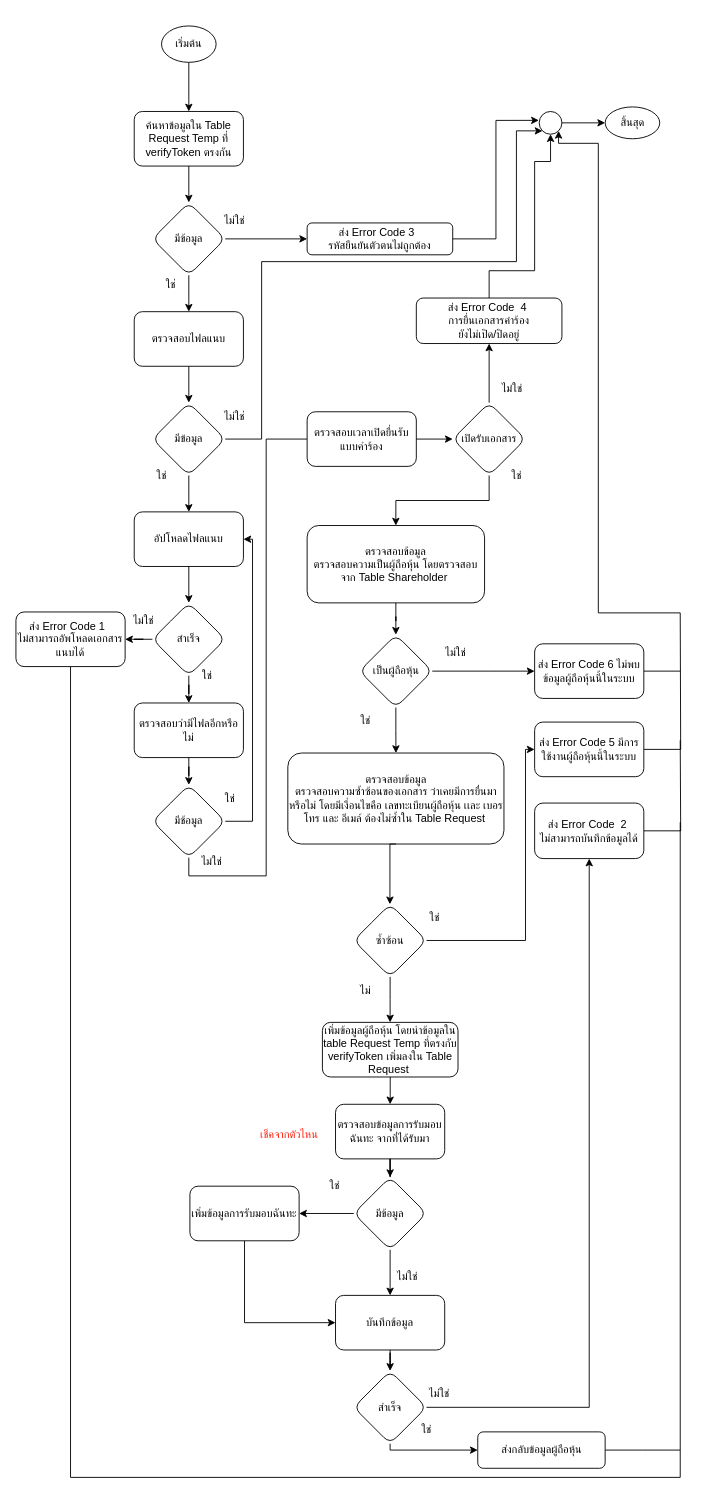
Above: page "หน้า-1" (1 of 2) of CreateRequestForm.drawio in charifrodmanee/charifrodmanee (draw.io), before the change. Source tidied: cells renumbered, new cells numbered last; positions are measured from the earlier drawing's top-left corner, leaving out a move shared by most shapes. Both pictures are drawn from the tidied source at 91%, with x=0, y=0 at pixel (15, 15).
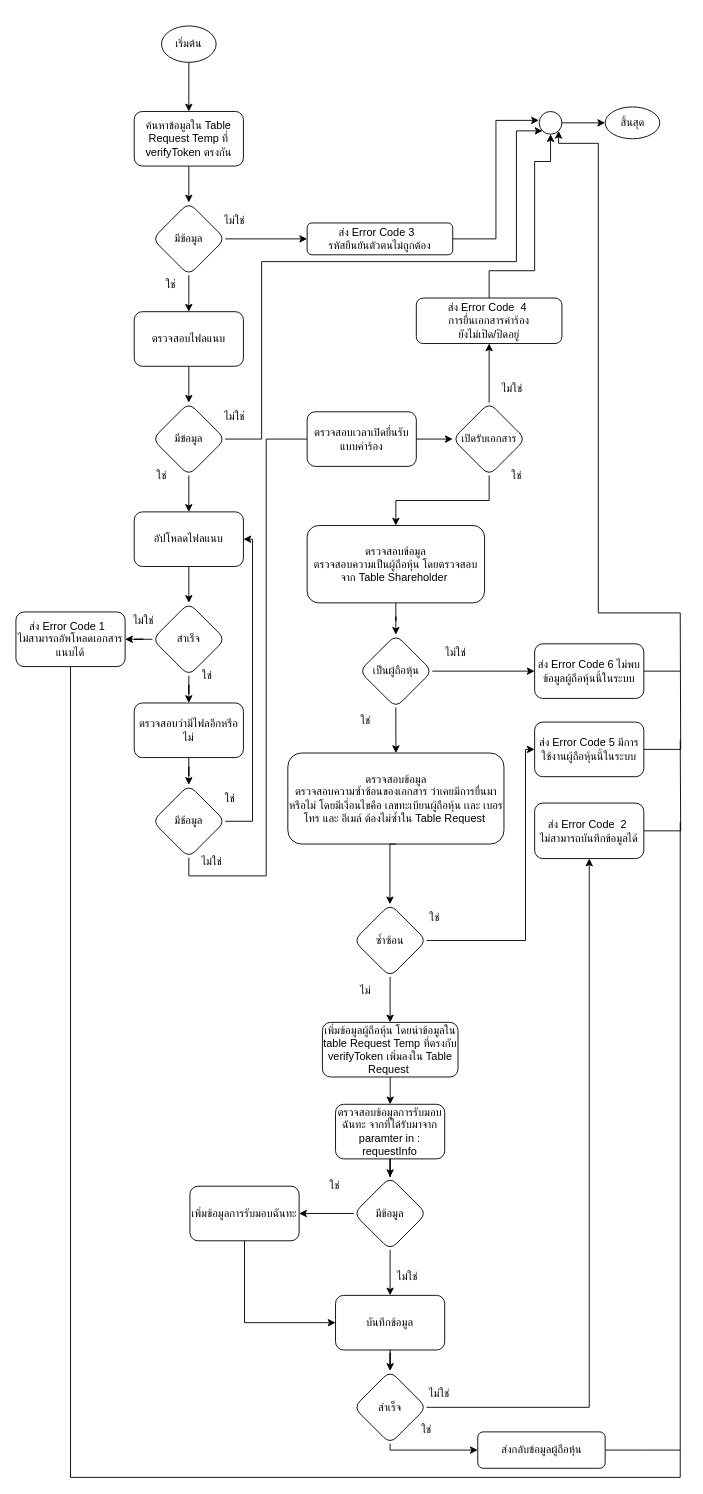
Above is the later version.

The change refers to these unchanged cells:
```xml
<mxCell id="2" style="group;" parent="1" vertex="1">
  <mxGeometry width="730" height="1606" as="geometry" />
</mxCell>
```

What changed in the source:
```diff
@@
-    <mxCell id="71" value="ตรวจสอบข้อมูลการรับมอบฉันทะ จากที่ได้รับมา" style="whiteSpace=wrap;html=1;rounded=1;" parent="2" vertex="1">
+    <mxCell id="71" value="ตรวจสอบข้อมูลการรับมอบฉันทะ จากที่ได้รับมาจาก paramter in : requestInfo" style="whiteSpace=wrap;html=1;rounded=1;" parent="2" vertex="1">
       <mxGeometry x="351.2" y="1196" width="120" height="60" as="geometry" />
     </mxCell>
@@
-    <mxCell id="90" value="เช็คจากตัวไหน" style="text;html=1;align=center;verticalAlign=middle;strokeColor=none;fillColor=none;fontColor=#FF1B0A;" parent="1" vertex="1">
-      <mxGeometry x="250" y="1215" width="100" height="30" as="geometry" />
-    </mxCell>
```
